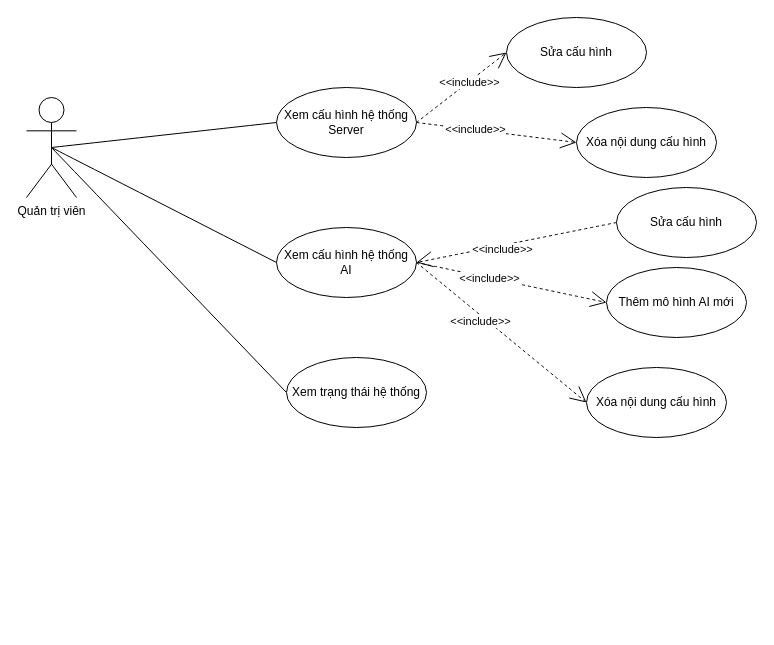
VennDev/EC-Recommend-System-Old keeps this draw.io diagram as Diagrams/usecase/Sơ đồ Usecase quản trị viên.drawio. Above is the earlier version. Source tidied: cells renumbered, new cells numbered last; positions are measured from the earlier drawing's top-left corner, leaving out a move shared by most shapes. Both pictures are drawn from the tidied source at 100%, with x=0, y=0 at pixel (26, 17).
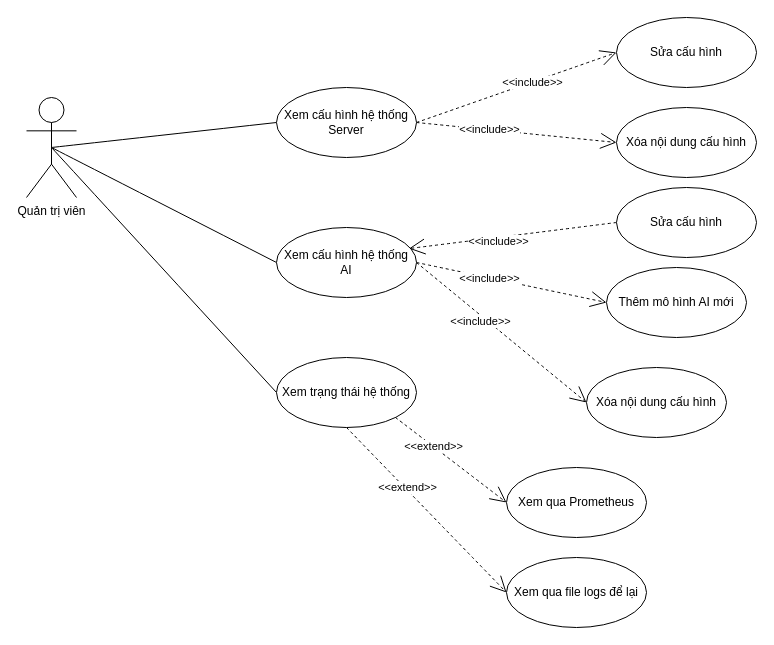
The same page after the edit.

The change refers to these unchanged cells:
```xml
<mxCell id="15" value="Xem cấu hình hệ thống AI" style="ellipse;whiteSpace=wrap;html=1;" parent="1" vertex="1">
  <mxGeometry x="250" y="210" width="140" height="70" as="geometry" />
</mxCell>
<mxCell id="22" value="Sửa cấu hình" style="ellipse;whiteSpace=wrap;html=1;" parent="1" vertex="1">
  <mxGeometry x="590" y="170" width="140" height="70" as="geometry" />
</mxCell>
```

The edit, as a diff of the source:
```diff
@@
+    <mxCell id="24" style="edgeStyle=none;curved=1;rounded=0;jettySize=auto;html=1;entryX=0;entryY=0.5;entryDx=0;entryDy=0;endArrow=open;startSize=14;endSize=14;sourcePerimeterSpacing=8;targetPerimeterSpacing=8;dashed=1;" parent="1" edge="1" target="28">
+      <mxGeometry relative="1" as="geometry">
+        <mxPoint x="369" y="400" as="sourcePoint" />
+      </mxGeometry>
+    </mxCell>
+    <mxCell id="25" value="&amp;lt;&amp;lt;extend&amp;gt;&amp;gt;" style="edgeLabel;html=1;align=center;verticalAlign=middle;" parent="24" vertex="1">
+      <mxGeometry x="-0.33" relative="1" as="geometry" />
+    </mxCell>
+    <mxCell id="26" style="edgeStyle=none;curved=1;rounded=0;jettySize=auto;html=1;exitX=0.5;exitY=1;exitDx=0;exitDy=0;entryX=0;entryY=0.5;entryDx=0;entryDy=0;endArrow=open;startSize=14;endSize=14;sourcePerimeterSpacing=8;targetPerimeterSpacing=8;dashed=1;" parent="1" edge="1" source="16" target="29">
+      <mxGeometry relative="1" as="geometry" />
+    </mxCell>
+    <mxCell id="27" value="&amp;lt;&amp;lt;extend&amp;gt;&amp;gt;" style="edgeLabel;html=1;align=center;verticalAlign=middle;" parent="26" vertex="1">
+      <mxGeometry x="-0.26" y="2" relative="1" as="geometry" />
+    </mxCell>
     <mxCell id="16" value="Xem trạng thái hệ thống" style="ellipse;whiteSpace=wrap;html=1;" parent="1" vertex="1">
-      <mxGeometry x="260" y="340" width="140" height="70" as="geometry" />
+      <mxGeometry x="250" y="340" width="140" height="70" as="geometry" />
     </mxCell>
     <mxCell id="17" value="Sửa cấu hình" style="ellipse;whiteSpace=wrap;html=1;" parent="1" vertex="1">
-      <mxGeometry x="480" width="140" height="70" as="geometry" />
+      <mxGeometry x="590" width="140" height="70" as="geometry" />
     </mxCell>
     <mxCell id="18" value="Xóa nội dung cấu hình" style="ellipse;whiteSpace=wrap;html=1;" parent="1" vertex="1">
-      <mxGeometry x="550" y="90" width="140" height="70" as="geometry" />
+      <mxGeometry x="590" y="90" width="140" height="70" as="geometry" />
     </mxCell>
@@
-    <mxCell id="20" style="edgeStyle=none;curved=1;rounded=0;jettySize=auto;html=1;exitX=0;exitY=0.5;exitDx=0;exitDy=0;entryX=1;entryY=0.5;entryDx=0;entryDy=0;dashed=1;endArrow=open;endFill=0;startSize=14;endSize=14;sourcePerimeterSpacing=8;targetPerimeterSpacing=8;" parent="1" edge="1" source="22" target="15">
+    <mxCell id="20" style="edgeStyle=none;curved=1;rounded=0;jettySize=auto;html=1;exitX=0;exitY=0.5;exitDx=0;exitDy=0;entryX=0.946;entryY=0.301;entryDx=0;entryDy=0;dashed=1;endArrow=open;endFill=0;startSize=14;endSize=14;sourcePerimeterSpacing=8;targetPerimeterSpacing=8;entryPerimeter=0;" parent="1" edge="1" source="22" target="15">
       <mxGeometry relative="1" as="geometry" />
     </mxCell>
@@
+    <mxCell id="28" value="Xem qua Prometheus" style="ellipse;whiteSpace=wrap;html=1;" parent="1" vertex="1">
+      <mxGeometry x="480" y="450" width="140" height="70" as="geometry" />
+    </mxCell>
+    <mxCell id="29" value="Xem qua file logs để lại" style="ellipse;whiteSpace=wrap;html=1;" parent="1" vertex="1">
+      <mxGeometry x="480" y="540" width="140" height="70" as="geometry" />
+    </mxCell>
```
